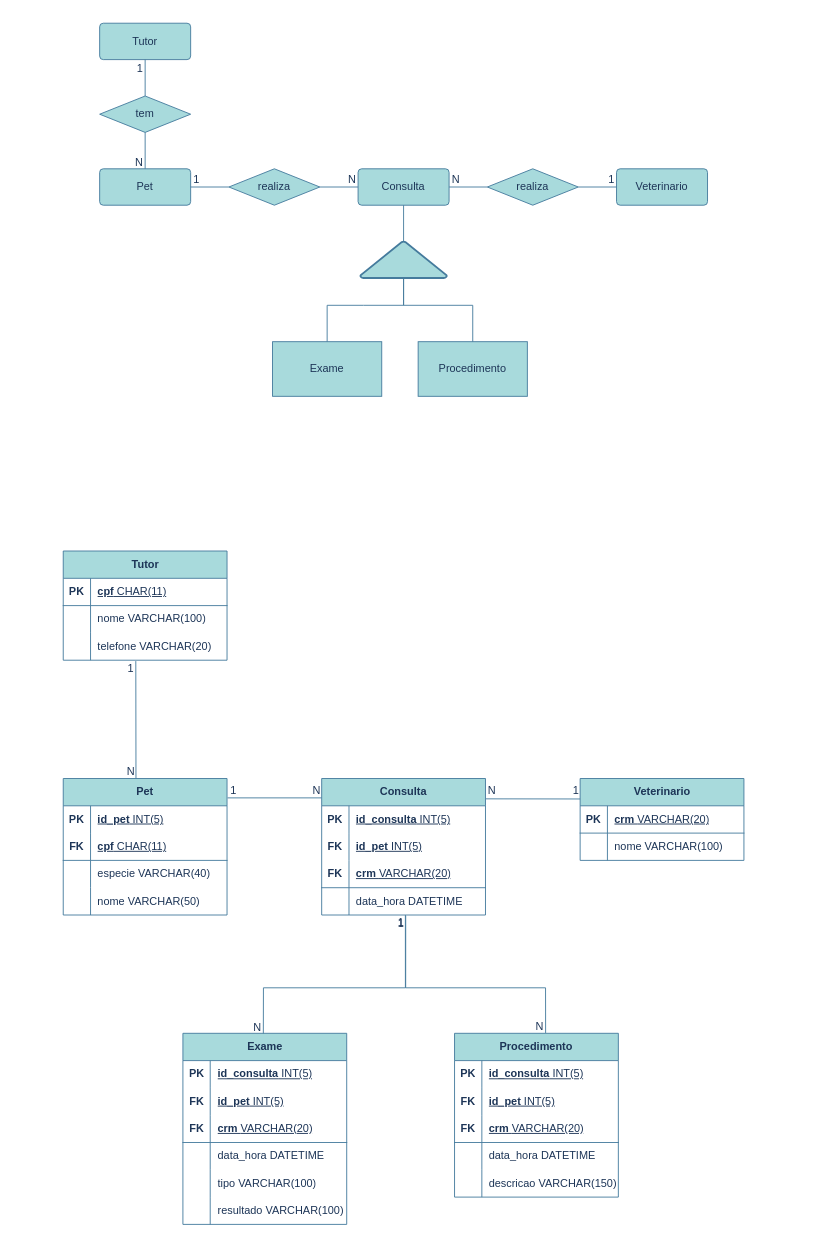
tharsosvert/veterinaria-senai keeps this draw.io diagram as diagrama/theme/veterinaria-senai-theme.drawio. Above is the earlier version. Source tidied: cells renumbered, new cells numbered last; positions are measured from the earlier drawing's top-left corner, leaving out a move shared by most shapes. Both pictures are drawn from the tidied source at 91%, with x=0, y=0 at pixel (63, 23).
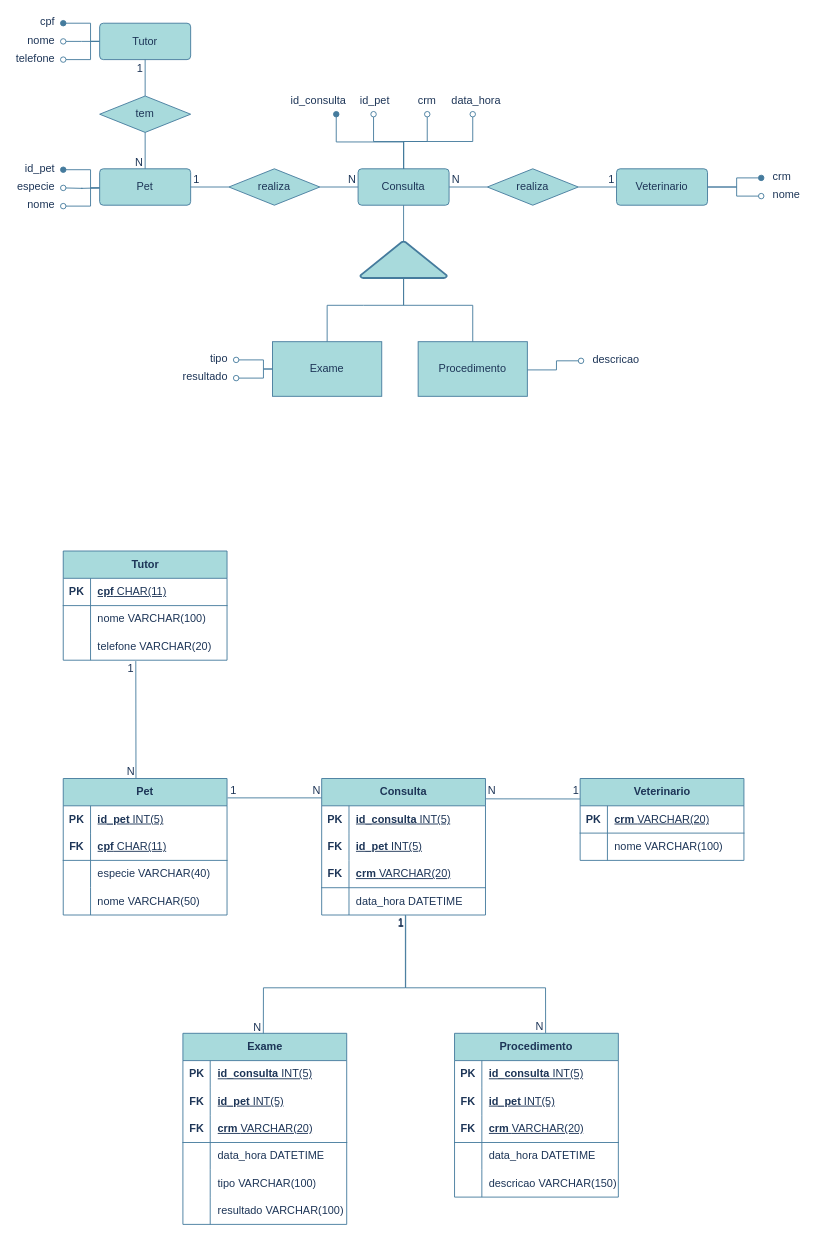
Above is the later version.

Unchanged cells that the change refers to:
```xml
<mxCell id="7" value="Veterinario" style="rounded=1;arcSize=10;whiteSpace=wrap;html=1;align=center;labelBackgroundColor=none;fillColor=#A8DADC;strokeColor=#457B9D;fontColor=#1D3557;" parent="1" vertex="1">
  <mxGeometry x="608" y="160" width="100" height="40" as="geometry" />
</mxCell>
<mxCell id="8" value="Tutor" style="rounded=1;arcSize=10;whiteSpace=wrap;html=1;align=center;labelBackgroundColor=none;fillColor=#A8DADC;strokeColor=#457B9D;fontColor=#1D3557;" parent="1" vertex="1">
  <mxGeometry x="40" width="100" height="40" as="geometry" />
</mxCell>
```

The edit, as a diff of the source:
```diff
@@
+    <mxCell id="120" style="edgeStyle=orthogonalEdgeStyle;rounded=0;jettySize=auto;html=1;exitX=0;exitY=0.5;exitDx=0;exitDy=0;strokeColor=#457B9D;fontColor=#1D3557;defaultLabelBackgroundColor=page;fillColor=#A8DADC;entryX=1;entryY=1;entryDx=0;entryDy=0;endArrow=oval;endFill=1;" parent="1" edge="1" source="8">
+      <mxGeometry x="-0.67" relative="1" as="geometry">
+        <mxPoint as="targetPoint" />
+        <Array as="points">
+          <mxPoint x="30" y="20" />
+          <mxPoint x="30" />
+        </Array>
+      </mxGeometry>
+    </mxCell>
+    <mxCell id="121" style="edgeStyle=orthogonalEdgeStyle;rounded=0;jettySize=auto;html=1;exitX=0;exitY=0.5;exitDx=0;exitDy=0;strokeColor=#457B9D;fontColor=#1D3557;defaultLabelBackgroundColor=page;fillColor=#A8DADC;endArrow=oval;endFill=0;" parent="1" edge="1" source="8">
+      <mxGeometry relative="1" as="geometry">
+        <mxPoint y="40" as="targetPoint" />
+        <Array as="points">
+          <mxPoint x="30" y="20" />
+          <mxPoint x="30" y="40" />
+        </Array>
+      </mxGeometry>
+    </mxCell>
+    <mxCell id="122" style="edgeStyle=orthogonalEdgeStyle;rounded=0;jettySize=auto;html=1;exitX=0;exitY=0.5;exitDx=0;exitDy=0;strokeColor=#457B9D;fontColor=#1D3557;defaultLabelBackgroundColor=page;fillColor=#A8DADC;endArrow=oval;endFill=0;" parent="1" edge="1" source="8">
+      <mxGeometry relative="1" as="geometry">
+        <mxPoint y="20" as="targetPoint" />
+      </mxGeometry>
+    </mxCell>
@@
+    <mxCell id="123" value="cpf" style="text;html=1;whiteSpace=wrap;strokeColor=none;fillColor=none;align=right;verticalAlign=middle;rounded=0;fontColor=#1D3557;" parent="1" vertex="1">
+      <mxGeometry x="-37" y="-6" width="30" height="10" as="geometry" />
+    </mxCell>
+    <mxCell id="124" value="nome" style="text;html=1;whiteSpace=wrap;strokeColor=none;fillColor=none;align=right;verticalAlign=middle;rounded=0;fontColor=#1D3557;" parent="1" vertex="1">
+      <mxGeometry x="-37" y="14" width="30" height="10" as="geometry" />
+    </mxCell>
+    <mxCell id="125" value="telefone" style="text;html=1;whiteSpace=wrap;strokeColor=none;fillColor=none;align=right;verticalAlign=middle;rounded=0;fontColor=#1D3557;" parent="1" vertex="1">
+      <mxGeometry x="-37" y="34" width="30" height="10" as="geometry" />
+    </mxCell>
+    <mxCell id="126" style="edgeStyle=orthogonalEdgeStyle;rounded=0;orthogonalLoop=1;jettySize=auto;html=1;exitX=0;exitY=0.5;exitDx=0;exitDy=0;strokeColor=#457B9D;fontColor=#1D3557;defaultLabelBackgroundColor=page;fillColor=#A8DADC;entryX=1;entryY=1;entryDx=0;entryDy=0;endArrow=oval;endFill=1;" parent="1" edge="1">
+      <mxGeometry x="-0.67" relative="1" as="geometry">
+        <mxPoint x="40" y="181" as="sourcePoint" />
+        <mxPoint y="161" as="targetPoint" />
+        <Array as="points">
+          <mxPoint x="30" y="181" />
+          <mxPoint x="30" y="161" />
+        </Array>
+      </mxGeometry>
+    </mxCell>
+    <mxCell id="127" style="edgeStyle=orthogonalEdgeStyle;rounded=0;orthogonalLoop=1;jettySize=auto;html=1;exitX=0;exitY=0.5;exitDx=0;exitDy=0;strokeColor=#457B9D;fontColor=#1D3557;defaultLabelBackgroundColor=page;fillColor=#A8DADC;endArrow=oval;endFill=0;" parent="1" edge="1">
+      <mxGeometry relative="1" as="geometry">
+        <mxPoint x="40" y="181" as="sourcePoint" />
+        <mxPoint y="201" as="targetPoint" />
+        <Array as="points">
+          <mxPoint x="30" y="181" />
+          <mxPoint x="30" y="201" />
+        </Array>
+      </mxGeometry>
+    </mxCell>
+    <mxCell id="128" style="edgeStyle=orthogonalEdgeStyle;rounded=0;orthogonalLoop=1;jettySize=auto;html=1;exitX=0;exitY=0.5;exitDx=0;exitDy=0;strokeColor=#457B9D;fontColor=#1D3557;defaultLabelBackgroundColor=page;fillColor=#A8DADC;endArrow=oval;endFill=0;" parent="1" edge="1">
+      <mxGeometry relative="1" as="geometry">
+        <mxPoint x="40" y="181" as="sourcePoint" />
+        <mxPoint y="181" as="targetPoint" />
+      </mxGeometry>
+    </mxCell>
+    <mxCell id="129" value="id_pet" style="text;html=1;whiteSpace=wrap;strokeColor=none;fillColor=none;align=right;verticalAlign=middle;rounded=0;fontColor=#1D3557;" parent="1" vertex="1">
+      <mxGeometry x="-37" y="155" width="30" height="10" as="geometry" />
+    </mxCell>
+    <mxCell id="130" value="especie" style="text;html=1;whiteSpace=wrap;strokeColor=none;fillColor=none;align=right;verticalAlign=middle;rounded=0;fontColor=#1D3557;" parent="1" vertex="1">
+      <mxGeometry x="-37" y="175" width="30" height="10" as="geometry" />
+    </mxCell>
+    <mxCell id="131" value="nome" style="text;html=1;whiteSpace=wrap;strokeColor=none;fillColor=none;align=right;verticalAlign=middle;rounded=0;fontColor=#1D3557;" parent="1" vertex="1">
+      <mxGeometry x="-37" y="195" width="30" height="10" as="geometry" />
+    </mxCell>
+    <mxCell id="132" style="edgeStyle=orthogonalEdgeStyle;rounded=0;orthogonalLoop=1;jettySize=auto;html=1;exitX=0.5;exitY=0;exitDx=0;exitDy=0;strokeColor=#457B9D;fontColor=#1D3557;defaultLabelBackgroundColor=page;fillColor=#A8DADC;endArrow=oval;endFill=1;" parent="1" edge="1">
+      <mxGeometry x="-0.63" relative="1" as="geometry">
+        <mxPoint x="374" y="160" as="sourcePoint" />
+        <mxPoint x="300" y="100" as="targetPoint" />
+        <Array as="points">
+          <mxPoint x="374" y="130.5" />
+          <mxPoint x="300" y="130.5" />
+          <mxPoint x="300" y="100" />
+        </Array>
+      </mxGeometry>
+    </mxCell>
+    <mxCell id="133" value="id_consulta" style="text;html=1;whiteSpace=wrap;strokeColor=none;fillColor=none;align=right;verticalAlign=middle;rounded=0;fontColor=#1D3557;" parent="1" vertex="1">
+      <mxGeometry x="283" y="80" width="30" height="10" as="geometry" />
+    </mxCell>
+    <mxCell id="134" style="edgeStyle=orthogonalEdgeStyle;rounded=0;orthogonalLoop=1;jettySize=auto;html=1;exitX=0.5;exitY=0;exitDx=0;exitDy=0;strokeColor=#457B9D;fontColor=#1D3557;defaultLabelBackgroundColor=page;fillColor=#A8DADC;endArrow=oval;endFill=0;" parent="1" edge="1">
+      <mxGeometry x="-0.46" relative="1" as="geometry">
+        <mxPoint x="374" y="160" as="sourcePoint" />
+        <mxPoint x="341" y="100" as="targetPoint" />
+        <Array as="points">
+          <mxPoint x="374" y="130" />
+          <mxPoint x="341" y="130" />
+          <mxPoint x="341" y="100" />
+        </Array>
+      </mxGeometry>
+    </mxCell>
+    <mxCell id="135" value="id_pet" style="text;html=1;whiteSpace=wrap;strokeColor=none;fillColor=none;align=right;verticalAlign=middle;rounded=0;fontColor=#1D3557;" parent="1" vertex="1">
+      <mxGeometry x="331" y="80" width="30" height="10" as="geometry" />
+    </mxCell>
+    <mxCell id="136" style="edgeStyle=orthogonalEdgeStyle;rounded=0;orthogonalLoop=1;jettySize=auto;html=1;exitX=0.5;exitY=0;exitDx=0;exitDy=0;strokeColor=#457B9D;fontColor=#1D3557;defaultLabelBackgroundColor=page;fillColor=#A8DADC;endArrow=oval;endFill=0;" parent="1" edge="1">
+      <mxGeometry x="-0.42" relative="1" as="geometry">
+        <mxPoint x="374" y="160" as="sourcePoint" />
+        <mxPoint x="400" y="100" as="targetPoint" />
+        <Array as="points">
+          <mxPoint x="374" y="130" />
+          <mxPoint x="400" y="130" />
+          <mxPoint x="400" y="100" />
+        </Array>
+      </mxGeometry>
+    </mxCell>
+    <mxCell id="137" value="data_hora" style="text;html=1;whiteSpace=wrap;strokeColor=none;fillColor=none;align=right;verticalAlign=middle;rounded=0;fontColor=#1D3557;" parent="1" vertex="1">
+      <mxGeometry x="453" y="80" width="30" height="10" as="geometry" />
+    </mxCell>
+    <mxCell id="138" style="edgeStyle=orthogonalEdgeStyle;rounded=0;orthogonalLoop=1;jettySize=auto;html=1;exitX=0.5;exitY=0;exitDx=0;exitDy=0;strokeColor=#457B9D;fontColor=#1D3557;defaultLabelBackgroundColor=page;fillColor=#A8DADC;endArrow=oval;endFill=0;" parent="1" edge="1">
+      <mxGeometry x="-0.63" relative="1" as="geometry">
+        <mxPoint x="374" y="160" as="sourcePoint" />
+        <mxPoint x="450" y="100" as="targetPoint" />
+        <Array as="points">
+          <mxPoint x="374" y="130" />
+          <mxPoint x="450" y="130" />
+          <mxPoint x="450" y="100" />
+        </Array>
+      </mxGeometry>
+    </mxCell>
+    <mxCell id="139" value="crm" style="text;html=1;whiteSpace=wrap;strokeColor=none;fillColor=none;align=right;verticalAlign=middle;rounded=0;fontColor=#1D3557;" parent="1" vertex="1">
+      <mxGeometry x="382" y="80" width="30" height="10" as="geometry" />
+    </mxCell>
+    <mxCell id="140" style="edgeStyle=orthogonalEdgeStyle;rounded=0;jettySize=auto;html=1;exitX=1;exitY=0.5;exitDx=0;exitDy=0;strokeColor=#457B9D;fontColor=#1D3557;defaultLabelBackgroundColor=page;fillColor=#A8DADC;endArrow=oval;endFill=1;" parent="1" edge="1" source="7">
+      <mxGeometry x="0.22" relative="1" as="geometry">
+        <mxPoint x="767" y="170" as="targetPoint" />
+        <Array as="points">
+          <mxPoint x="740" y="180" />
+          <mxPoint x="740" y="170" />
+          <mxPoint x="767" y="170" />
+        </Array>
+      </mxGeometry>
+    </mxCell>
+    <mxCell id="141" value="crm" style="text;html=1;whiteSpace=wrap;strokeColor=none;fillColor=none;align=left;verticalAlign=middle;rounded=0;fontColor=#1D3557;" parent="1" vertex="1">
+      <mxGeometry x="778" y="164" width="30" height="10" as="geometry" />
+    </mxCell>
+    <mxCell id="142" style="edgeStyle=orthogonalEdgeStyle;rounded=0;orthogonalLoop=1;jettySize=auto;html=1;exitX=1;exitY=0.5;exitDx=0;exitDy=0;strokeColor=#457B9D;fontColor=#1D3557;defaultLabelBackgroundColor=page;fillColor=#A8DADC;endArrow=oval;endFill=0;" parent="1" edge="1">
+      <mxGeometry x="0.77" relative="1" as="geometry">
+        <mxPoint x="708" y="180" as="sourcePoint" />
+        <mxPoint x="767" y="190" as="targetPoint" />
+        <Array as="points">
+          <mxPoint x="740" y="180" />
+          <mxPoint x="740" y="190" />
+          <mxPoint x="767" y="190" />
+        </Array>
+      </mxGeometry>
+    </mxCell>
+    <mxCell id="143" value="nome" style="text;html=1;whiteSpace=wrap;strokeColor=none;fillColor=none;align=left;verticalAlign=middle;rounded=0;fontColor=#1D3557;" parent="1" vertex="1">
+      <mxGeometry x="778" y="184" width="30" height="10" as="geometry" />
+    </mxCell>
+    <mxCell id="144" style="edgeStyle=orthogonalEdgeStyle;rounded=0;orthogonalLoop=1;jettySize=auto;html=1;exitX=0;exitY=0.5;exitDx=0;exitDy=0;strokeColor=#457B9D;fontColor=#1D3557;defaultLabelBackgroundColor=page;fillColor=#A8DADC;endArrow=oval;endFill=0;" parent="1" edge="1">
+      <mxGeometry x="-0.6" relative="1" as="geometry">
+        <mxPoint x="230" y="380" as="sourcePoint" />
+        <mxPoint x="190" y="370" as="targetPoint" />
+        <Array as="points">
+          <mxPoint x="220" y="380" />
+          <mxPoint x="220" y="370" />
+          <mxPoint x="190" y="370" />
+        </Array>
+      </mxGeometry>
+    </mxCell>
+    <mxCell id="145" style="edgeStyle=orthogonalEdgeStyle;rounded=0;orthogonalLoop=1;jettySize=auto;html=1;exitX=0;exitY=0.5;exitDx=0;exitDy=0;strokeColor=#457B9D;fontColor=#1D3557;defaultLabelBackgroundColor=page;fillColor=#A8DADC;endArrow=oval;endFill=0;" parent="1" edge="1">
+      <mxGeometry x="0.2" relative="1" as="geometry">
+        <mxPoint x="230" y="380" as="sourcePoint" />
+        <mxPoint x="190" y="390" as="targetPoint" />
+        <Array as="points">
+          <mxPoint x="220" y="380" />
+          <mxPoint x="220" y="390" />
+          <mxPoint x="190" y="390" />
+        </Array>
+      </mxGeometry>
+    </mxCell>
+    <mxCell id="146" value="tipo" style="text;html=1;whiteSpace=wrap;strokeColor=none;fillColor=none;align=right;verticalAlign=middle;rounded=0;fontColor=#1D3557;" parent="1" vertex="1">
+      <mxGeometry x="153" y="364" width="30" height="10" as="geometry" />
+    </mxCell>
+    <mxCell id="147" value="resultado" style="text;html=1;whiteSpace=wrap;strokeColor=none;fillColor=none;align=right;verticalAlign=middle;rounded=0;fontColor=#1D3557;" parent="1" vertex="1">
+      <mxGeometry x="153" y="384" width="30" height="10" as="geometry" />
+    </mxCell>
+    <mxCell id="148" style="edgeStyle=orthogonalEdgeStyle;rounded=0;orthogonalLoop=1;jettySize=auto;html=1;exitX=1;exitY=0.5;exitDx=0;exitDy=0;strokeColor=#457B9D;fontColor=#1D3557;defaultLabelBackgroundColor=page;fillColor=#A8DADC;endArrow=oval;endFill=0;" parent="1" edge="1">
+      <mxGeometry x="0.22" relative="1" as="geometry">
+        <mxPoint x="510" y="381" as="sourcePoint" />
+        <mxPoint x="569" y="371" as="targetPoint" />
+        <Array as="points">
+          <mxPoint x="542" y="381" />
+          <mxPoint x="542" y="371" />
+          <mxPoint x="569" y="371" />
+        </Array>
+      </mxGeometry>
+    </mxCell>
+    <mxCell id="149" value="descricao" style="text;html=1;whiteSpace=wrap;strokeColor=none;fillColor=none;align=left;verticalAlign=middle;rounded=0;fontColor=#1D3557;" parent="1" vertex="1">
+      <mxGeometry x="580" y="365" width="30" height="10" as="geometry" />
+    </mxCell>
```
